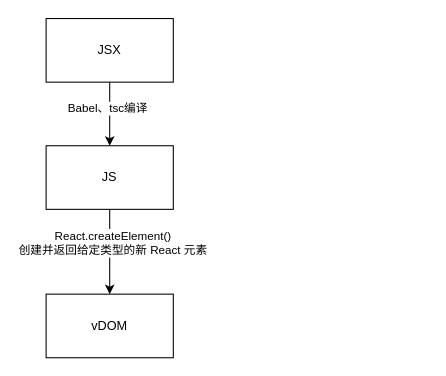
Earlier version of the draw.io diagram React.drawio (qqqqqcy/processon). Source tidied: cells renumbered, new cells numbered last; positions are measured from the earlier drawing's top-left corner, leaving out a move shared by most shapes. Both pictures are drawn from the tidied source at 106%, with x=0, y=0 at pixel (46, 18).
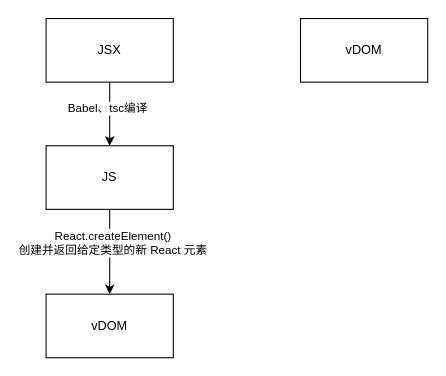
The same diagram, later.

The edit, as a diff of the source:
```diff
@@
 <mxGraphModel>
   <root>
     <mxCell id="0" />
     <mxCell id="1" parent="0" />
     <mxCell id="2" style="edgeStyle=orthogonalEdgeStyle;rounded=0;jettySize=auto;html=1;entryX=0.5;entryY=0;entryDx=0;entryDy=0;" parent="1" edge="1" source="4" target="7">
       <mxGeometry relative="1" as="geometry" />
     </mxCell>
     <mxCell id="3" value="&lt;div&gt;&lt;span style=&quot;font-size: 11px;&quot;&gt;Babel、tsc编译&lt;/span&gt;&lt;br&gt;&lt;/div&gt;" style="edgeLabel;html=1;align=center;verticalAlign=middle;" parent="2" vertex="1">
       <mxGeometry x="-0.2" y="-3" relative="1" as="geometry" />
     </mxCell>
     <mxCell id="4" value="JSX" style="rounded=0;whiteSpace=wrap;html=1;" parent="1" vertex="1">
       <mxGeometry width="120" height="60" as="geometry" />
     </mxCell>
     <mxCell id="5" style="edgeStyle=orthogonalEdgeStyle;rounded=0;jettySize=auto;html=1;" parent="1" edge="1" source="7" target="8">
       <mxGeometry relative="1" as="geometry" />
     </mxCell>
     <mxCell id="6" value="React.createElement()&lt;br&gt;创建并返回给定类型的新 React 元素" style="edgeLabel;html=1;align=center;verticalAlign=middle;" parent="5" vertex="1">
       <mxGeometry x="-0.23" y="2" relative="1" as="geometry" />
     </mxCell>
     <mxCell id="7" value="JS" style="rounded=0;whiteSpace=wrap;html=1;" parent="1" vertex="1">
       <mxGeometry y="120" width="120" height="60" as="geometry" />
     </mxCell>
     <mxCell id="8" value="vDOM" style="rounded=0;whiteSpace=wrap;html=1;" parent="1" vertex="1">
       <mxGeometry y="260" width="120" height="60" as="geometry" />
     </mxCell>
+    <mxCell id="9" value="vDOM" style="rounded=0;whiteSpace=wrap;html=1;" parent="1" vertex="1">
+      <mxGeometry x="240" width="120" height="60" as="geometry" />
+    </mxCell>
   </root>
 </mxGraphModel>
```
